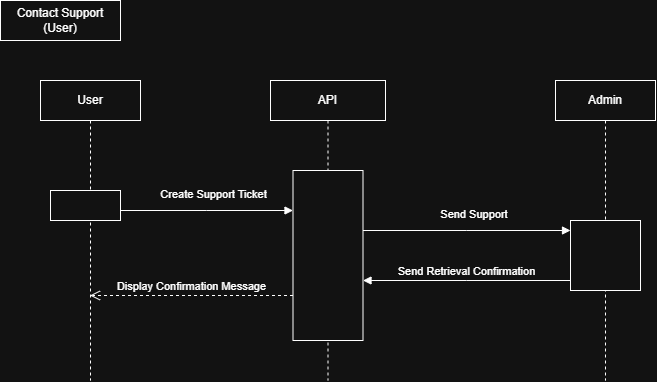
The draw.io diagram BraydenDiagrams/SequenceDiagram1.png in puckblocker/PokePacker, before a commit. Source tidied: cells renumbered, new cells last; positions are measured from the earlier drawing's top-left corner, leaving out a move shared by most shapes.
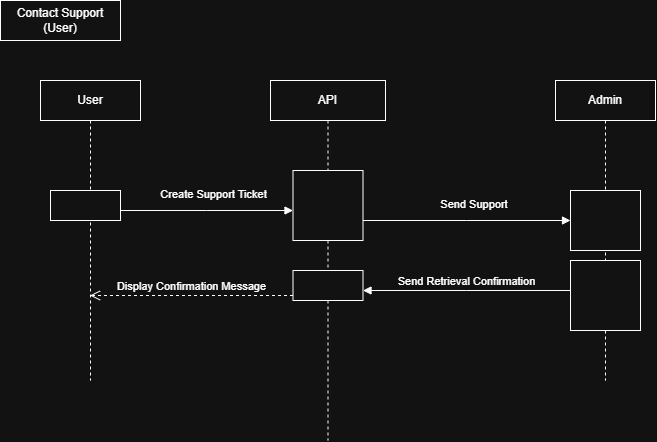
The same file after the commit.

Commit message:
Updated Sequence Diagrams

What changed in the source:
```diff
@@ -9,11 +9,14 @@
       <mxGeometry x="10" y="110" width="70" height="30" as="geometry" />
     </mxCell>
     <mxCell id="4" value="API" style="shape=umlLifeline;perimeter=lifelinePerimeter;whiteSpace=wrap;html=1;newEdgeStyle={&quot;edgeStyle&quot;:&quot;sequenceEdgeStyle&quot;,&quot;libavoidRouting&quot;:0,&quot;curved&quot;:0,&quot;rounded&quot;:0};" parent="1" vertex="1">
-      <mxGeometry x="270" y="80" width="115" height="300" as="geometry" />
+      <mxGeometry x="270" y="80" width="115" height="360" as="geometry" />
     </mxCell>
     <mxCell id="5" style="html=1;points=[[0,0,0,0,5],[0,1,0,0,-5],[1,0,0,0,5],[1,1,0,0,-5]];perimeter=orthogonalPerimeter;outlineConnect=0;targetShapes=umlLifeline;portConstraint=eastwest;newEdgeStyle={&quot;edgeStyle&quot;:&quot;sequenceEdgeStyle&quot;,&quot;libavoidRouting&quot;:0,&quot;curved&quot;:0,&quot;rounded&quot;:0};" parent="4" vertex="1">
-      <mxGeometry x="22.5" y="90" width="70" height="170" as="geometry" />
+      <mxGeometry x="22.5" y="90" width="70" height="70" as="geometry" />
     </mxCell>
+    <mxCell id="13" style="html=1;points=[[0,0,0,0,5],[0,1,0,0,-5],[1,0,0,0,5],[1,1,0,0,-5]];perimeter=orthogonalPerimeter;outlineConnect=0;targetShapes=umlLifeline;portConstraint=eastwest;newEdgeStyle={&quot;edgeStyle&quot;:&quot;sequenceEdgeStyle&quot;,&quot;libavoidRouting&quot;:0,&quot;curved&quot;:0,&quot;rounded&quot;:0};" parent="4" vertex="1">
+      <mxGeometry x="22.5" y="190" width="70" height="30" as="geometry" />
+    </mxCell>
     <mxCell id="6" value="Create Support Ticket" style="html=1;verticalAlign=bottom;endArrow=block;edgeStyle=sequenceEdgeStyle;libavoidRouting=0;curved=0;rounded=0;" parent="1" edge="1" source="3" target="5">
       <mxGeometry x="0.08" y="7" relative="1" as="geometry">
         <Array as="points">
@@ -21,10 +24,10 @@
         </Array>
       </mxGeometry>
     </mxCell>
-    <mxCell id="7" value="Display Confirmation Message" style="html=1;verticalAlign=bottom;endArrow=open;dashed=1;endSize=8;edgeStyle=sequenceEdgeStyle;libavoidRouting=0;curved=0;rounded=0;" parent="1" edge="1" source="5" target="2">
+    <mxCell id="7" value="Display Confirmation Message" style="html=1;verticalAlign=bottom;endArrow=open;dashed=1;endSize=8;edgeStyle=sequenceEdgeStyle;libavoidRouting=0;curved=0;rounded=0;" parent="1" edge="1" source="13" target="2">
       <mxGeometry relative="1" as="geometry">
         <Array as="points">
-          <mxPoint x="206.2" y="295" />
+          <mxPoint x="191" y="295" />
         </Array>
       </mxGeometry>
     </mxCell>
@@ -34,22 +37,25 @@
     <mxCell id="9" value="Admin" style="shape=umlLifeline;perimeter=lifelinePerimeter;whiteSpace=wrap;html=1;newEdgeStyle={&quot;edgeStyle&quot;:&quot;sequenceEdgeStyle&quot;,&quot;libavoidRouting&quot;:0,&quot;curved&quot;:0,&quot;rounded&quot;:0};" parent="1" vertex="1">
       <mxGeometry x="555" y="80" width="100" height="300" as="geometry" />
     </mxCell>
+    <mxCell id="12" style="html=1;points=[[0,0,0,0,5],[0,1,0,0,-5],[1,0,0,0,5],[1,1,0,0,-5]];perimeter=orthogonalPerimeter;outlineConnect=0;targetShapes=umlLifeline;portConstraint=eastwest;newEdgeStyle={&quot;edgeStyle&quot;:&quot;sequenceEdgeStyle&quot;,&quot;libavoidRouting&quot;:0,&quot;curved&quot;:0,&quot;rounded&quot;:0};" parent="9" vertex="1">
+      <mxGeometry x="15" y="110" width="70" height="60" as="geometry" />
+    </mxCell>
+    <mxCell id="14" style="html=1;points=[[0,0,0,0,5],[0,1,0,0,-5],[1,0,0,0,5],[1,1,0,0,-5]];perimeter=orthogonalPerimeter;outlineConnect=0;targetShapes=umlLifeline;portConstraint=eastwest;newEdgeStyle={&quot;edgeStyle&quot;:&quot;sequenceEdgeStyle&quot;,&quot;libavoidRouting&quot;:0,&quot;curved&quot;:0,&quot;rounded&quot;:0};" parent="9" vertex="1">
+      <mxGeometry x="15" y="180" width="70" height="70" as="geometry" />
+    </mxCell>
     <mxCell id="10" value="Send Support&amp;nbsp;" style="html=1;verticalAlign=bottom;endArrow=block;edgeStyle=sequenceEdgeStyle;libavoidRouting=0;curved=0;rounded=0;" parent="1" edge="1" source="5" target="12">
       <mxGeometry x="0.08" y="7" relative="1" as="geometry">
         <Array as="points">
-          <mxPoint x="408.8" y="230" />
+          <mxPoint x="540" y="220" />
         </Array>
       </mxGeometry>
     </mxCell>
-    <mxCell id="11" value="Send Retrieval Confirmation" style="html=1;verticalAlign=bottom;endArrow=block;edgeStyle=sequenceEdgeStyle;libavoidRouting=0;curved=0;rounded=0;" parent="1" edge="1" source="12" target="5">
+    <mxCell id="11" value="Send Retrieval Confirmation" style="html=1;verticalAlign=bottom;endArrow=block;edgeStyle=sequenceEdgeStyle;libavoidRouting=0;curved=0;rounded=0;" parent="1" edge="1" source="14" target="13">
       <mxGeometry relative="1" as="geometry">
         <Array as="points">
-          <mxPoint x="470" y="280" />
+          <mxPoint x="510" y="290" />
         </Array>
       </mxGeometry>
     </mxCell>
-    <mxCell id="12" style="html=1;points=[[0,0,0,0,5],[0,1,0,0,-5],[1,0,0,0,5],[1,1,0,0,-5]];perimeter=orthogonalPerimeter;outlineConnect=0;targetShapes=umlLifeline;portConstraint=eastwest;newEdgeStyle={&quot;edgeStyle&quot;:&quot;sequenceEdgeStyle&quot;,&quot;libavoidRouting&quot;:0,&quot;curved&quot;:0,&quot;rounded&quot;:0};" parent="1" vertex="1">
-      <mxGeometry x="570" y="220" width="70" height="70" as="geometry" />
-    </mxCell>
   </root>
 </mxGraphModel>
```
